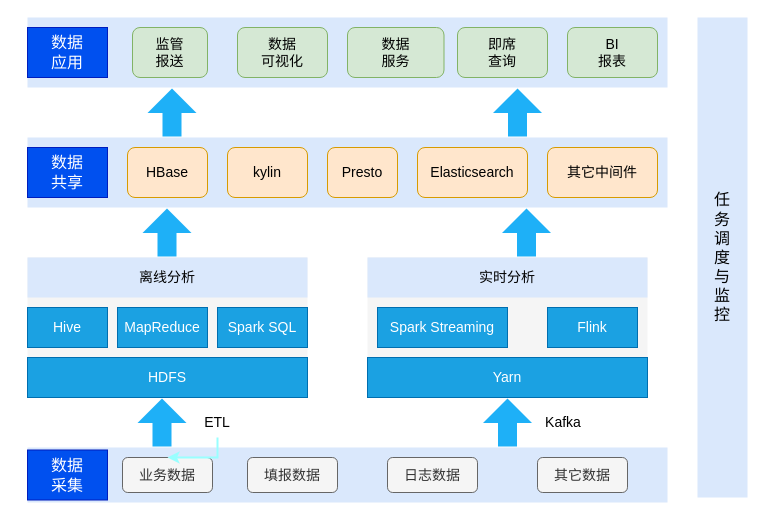
The draw.io diagram page "Lambda数仓架构" (11 of 23) of work.drawio in starzy1990/diagrams, before the edit. Source tidied: cells renumbered, new cells numbered last; positions are measured from the earlier drawing's top-left corner, leaving out a move shared by most shapes. Both pictures are drawn from the tidied source at 100%, with x=0, y=0 at pixel (27, 17).
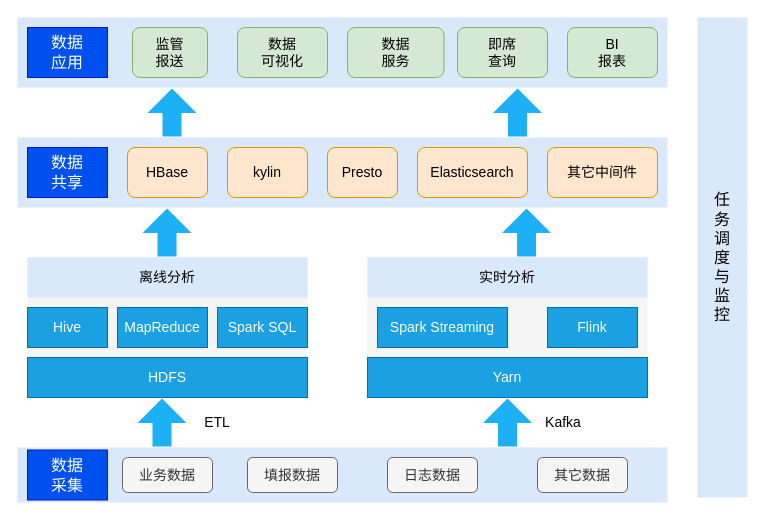
The same page after the edit.

Unchanged cells that the change refers to:
```xml
<mxCell id="28" value="业务数据" style="rounded=1;whiteSpace=wrap;html=1;fontSize=14;fillColor=#f5f5f5;fontColor=#333333;strokeColor=#666666;" parent="1" vertex="1">
  <mxGeometry x="95" y="440" width="90" height="35" as="geometry" />
</mxCell>
<mxCell id="34" value="ETL" style="text;html=1;strokeColor=none;fillColor=none;align=center;verticalAlign=middle;whiteSpace=wrap;rounded=0;fontSize=14;" parent="1" vertex="1">
  <mxGeometry x="160" y="390" width="60" height="30" as="geometry" />
</mxCell>
```

Change to the diagram source:
```diff
@@
     <mxCell id="2" style="rounded=0;whiteSpace=wrap;html=1;fillColor=#dae8fc;strokeColor=none;" parent="1" vertex="1">
-      <mxGeometry width="640" height="70" as="geometry" />
+      <mxGeometry x="-10" width="650" height="70" as="geometry" />
     </mxCell>
@@
     <mxCell id="8" style="rounded=0;whiteSpace=wrap;html=1;fillColor=#dae8fc;strokeColor=none;" parent="1" vertex="1">
-      <mxGeometry y="120" width="640" height="70" as="geometry" />
+      <mxGeometry x="-10" y="120" width="650" height="70" as="geometry" />
     </mxCell>
@@
     <mxCell id="26" style="rounded=0;whiteSpace=wrap;html=1;fillColor=#dae8fc;strokeColor=none;" parent="1" vertex="1">
-      <mxGeometry y="430" width="640" height="55" as="geometry" />
+      <mxGeometry x="-10" y="430" width="650" height="55" as="geometry" />
     </mxCell>
@@
-    <mxCell id="33" style="edgeStyle=orthogonalEdgeStyle;rounded=0;jettySize=auto;html=1;fontSize=14;strokeColor=#99FFFF;strokeWidth=2;fillColor=#1EB0F7;" parent="1" edge="1" source="34" target="28">
-      <mxGeometry relative="1" as="geometry" />
-    </mxCell>
```
